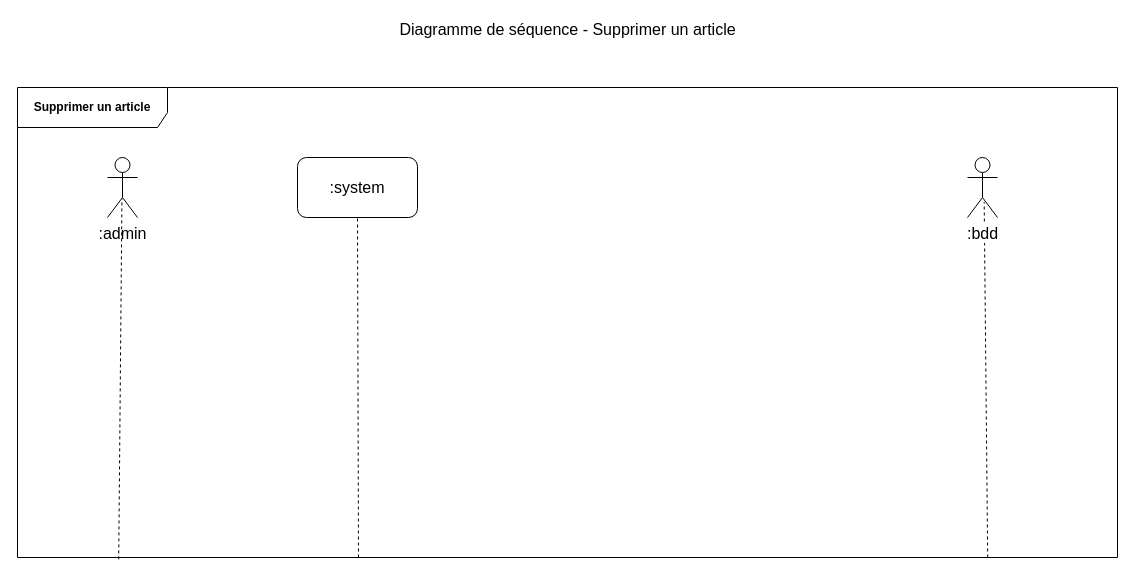
Before: uml-diagrams/drawio/diagram-sequence-remove-article.drawio in thomas-claireau/PHP---P6-Openclassrooms, a draw.io diagram. Source tidied: cells renumbered, new cells numbered last; positions are measured from the earlier drawing's top-left corner, leaving out a move shared by most shapes. Both pictures are drawn from the tidied source at 100%, with x=0, y=0 at pixel (17, 17).
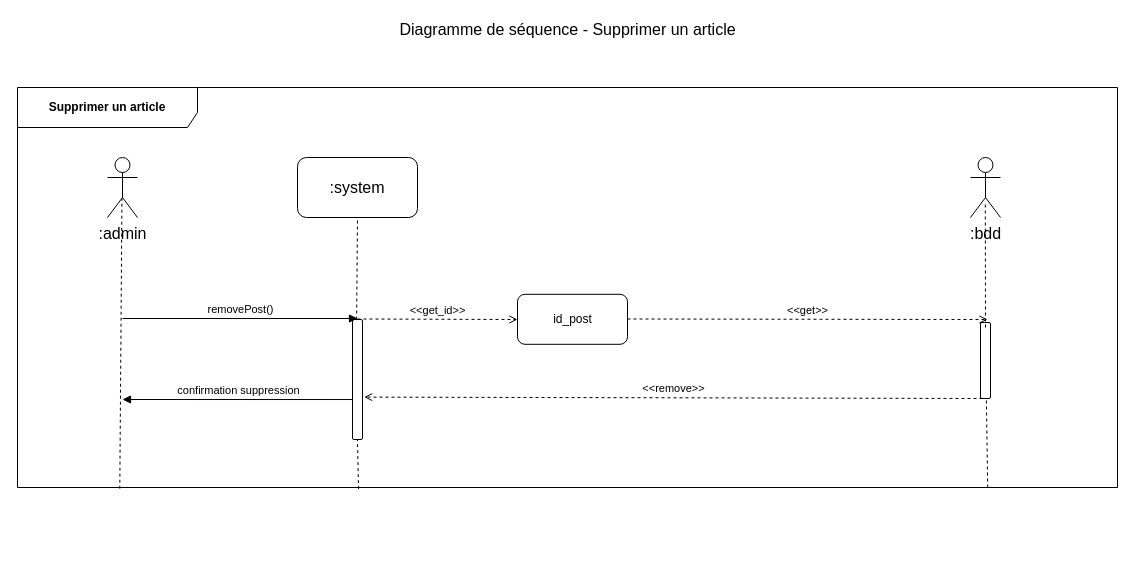
The same diagram, later.

Commit message (it also covers changes not shown here):
update sequence diagram

The change refers to these unchanged cells:
```xml
<mxCell id="4" value=":admin" style="shape=umlActor;verticalLabelPosition=bottom;labelBackgroundColor=#ffffff;verticalAlign=top;html=1;shadow=0;strokeColor=#000000;gradientColor=none;fontSize=16;align=center;" parent="1" vertex="1">
  <mxGeometry x="90" y="140" width="30" height="60" as="geometry" />
</mxCell>
<mxCell id="5" value=":system" style="rounded=1;whiteSpace=wrap;html=1;shadow=0;labelBackgroundColor=#ffffff;strokeColor=#000000;gradientColor=none;fontSize=16;align=center;" parent="1" vertex="1">
  <mxGeometry x="280" y="140" width="120" height="60" as="geometry" />
</mxCell>
```

Change to the diagram source:
```diff
@@
-    <mxCell id="2" value="Supprimer un article" style="shape=umlFrame;whiteSpace=wrap;html=1;width=150;height=40;fontStyle=1;labelBackgroundColor=#ffffff;labelBorderColor=none;gradientColor=none;swimlaneFillColor=none;shadow=0;strokeColor=#000000;" parent="1" vertex="1">
-      <mxGeometry y="70" width="1100" height="470" as="geometry" />
+    <mxCell id="2" value="Supprimer un article" style="shape=umlFrame;whiteSpace=wrap;html=1;width=180;height=40;fontStyle=1;labelBackgroundColor=#ffffff;labelBorderColor=none;gradientColor=none;swimlaneFillColor=none;shadow=0;strokeColor=#000000;" parent="1" vertex="1">
+      <mxGeometry y="70" width="1100" height="400" as="geometry" />
     </mxCell>
@@
-    <mxCell id="6" style="endArrow=none;dashed=1;html=1;fontSize=16;entryX=0.482;entryY=0.683;entryDx=0;entryDy=0;entryPerimeter=0;exitX=0.092;exitY=1.004;exitDx=0;exitDy=0;exitPerimeter=0;" parent="1" edge="1" source="2" target="4">
+    <mxCell id="6" style="endArrow=none;dashed=1;html=1;fontSize=16;entryX=0.482;entryY=0.683;entryDx=0;entryDy=0;entryPerimeter=0;exitX=0.093;exitY=1.003;exitDx=0;exitDy=0;exitPerimeter=0;" parent="1" edge="1" source="2" target="4">
       <mxGeometry relative="1" as="geometry" />
     </mxCell>
-    <mxCell id="7" style="endArrow=none;dashed=1;html=1;fontSize=16;entryX=0.5;entryY=1;entryDx=0;entryDy=0;exitX=0.31;exitY=1;exitDx=0;exitDy=0;exitPerimeter=0;" parent="1" edge="1" source="2" target="5">
-      <mxGeometry relative="1" as="geometry" />
-    </mxCell>
-    <mxCell id="8" style="endArrow=none;dashed=1;html=1;fontSize=16;entryX=0.556;entryY=0.739;entryDx=0;entryDy=0;entryPerimeter=0;exitX=0.882;exitY=1;exitDx=0;exitDy=0;exitPerimeter=0;" parent="1" edge="1" source="2" target="9">
-      <mxGeometry relative="1" as="geometry" />
-    </mxCell>
+    <mxCell id="10" style="endArrow=none;dashed=1;html=1;fontSize=16;entryX=0.5;entryY=1;entryDx=0;entryDy=0;exitX=0.31;exitY=1;exitDx=0;exitDy=0;exitPerimeter=0;" parent="1" edge="1" source="13" target="5">
+      <mxGeometry relative="1" as="geometry" />
+    </mxCell>
     <mxCell id="9" value=":bdd" style="shape=umlActor;verticalLabelPosition=bottom;labelBackgroundColor=#ffffff;verticalAlign=top;html=1;shadow=0;strokeColor=#000000;gradientColor=none;fontSize=16;align=center;" parent="1" vertex="1">
-      <mxGeometry x="950" y="140" width="30" height="60" as="geometry" />
+      <mxGeometry x="953" y="140" width="30" height="60" as="geometry" />
     </mxCell>
+    <mxCell id="11" value="id_post" style="html=1;gradientColor=none;rounded=1;" parent="1" vertex="1">
+      <mxGeometry x="500" y="276.8" width="110" height="50" as="geometry" />
+    </mxCell>
+    <mxCell id="12" value="&amp;lt;&amp;lt;get_id&amp;gt;&amp;gt;" style="html=1;verticalAlign=bottom;endArrow=open;fontSize=11;dashed=1;endFill=0;" parent="1" edge="1">
+      <mxGeometry relative="1" as="geometry">
+        <mxPoint x="340" y="301.5" as="sourcePoint" />
+        <mxPoint x="500" y="302" as="targetPoint" />
+      </mxGeometry>
+    </mxCell>
+    <mxCell id="13" style="html=1;points=[];perimeter=orthogonalPerimeter;rounded=1;gradientColor=none;" parent="1" vertex="1">
+      <mxGeometry x="335" y="302" width="10" height="120" as="geometry" />
+    </mxCell>
+    <mxCell id="14" style="endArrow=none;dashed=1;html=1;fontSize=16;entryX=0.5;entryY=1;entryDx=0;entryDy=0;exitX=0.31;exitY=1.004;exitDx=0;exitDy=0;exitPerimeter=0;" parent="1" edge="1" source="2" target="13">
+      <mxGeometry relative="1" as="geometry" />
+    </mxCell>
+    <mxCell id="15" value="removePost()" style="html=1;verticalAlign=bottom;endArrow=block;fontSize=11;" parent="1" edge="1">
+      <mxGeometry relative="1" as="geometry">
+        <mxPoint x="105" y="301" as="sourcePoint" />
+        <mxPoint x="340" y="301" as="targetPoint" />
+      </mxGeometry>
+    </mxCell>
+    <mxCell id="16" style="endArrow=none;dashed=1;html=1;fontSize=16;entryX=0.556;entryY=0.739;entryDx=0;entryDy=0;entryPerimeter=0;exitX=0.882;exitY=1;exitDx=0;exitDy=0;exitPerimeter=0;" parent="1" edge="1" source="2" target="17">
+      <mxGeometry relative="1" as="geometry" />
+    </mxCell>
+    <mxCell id="17" style="html=1;points=[];perimeter=orthogonalPerimeter;rounded=1;gradientColor=none;" parent="1" vertex="1">
+      <mxGeometry x="963" y="305" width="10" height="76" as="geometry" />
+    </mxCell>
+    <mxCell id="18" value="&amp;lt;&amp;lt;get&amp;gt;&amp;gt;" style="html=1;verticalAlign=bottom;endArrow=open;fontSize=11;dashed=1;endFill=0;" parent="1" edge="1">
+      <mxGeometry relative="1" as="geometry">
+        <mxPoint x="610" y="301.5" as="sourcePoint" />
+        <mxPoint x="970" y="302" as="targetPoint" />
+      </mxGeometry>
+    </mxCell>
+    <mxCell id="19" value="&amp;lt;&amp;lt;remove&amp;gt;&amp;gt;" style="html=1;verticalAlign=bottom;endArrow=open;fontSize=11;dashed=1;endFill=0;entryX=1.168;entryY=0.713;entryDx=0;entryDy=0;entryPerimeter=0;exitX=0.146;exitY=0.999;exitDx=0;exitDy=0;exitPerimeter=0;" parent="1" edge="1">
+      <mxGeometry relative="1" as="geometry">
+        <mxPoint x="965" y="381" as="sourcePoint" />
+        <mxPoint x="346.7" y="379.6" as="targetPoint" />
+      </mxGeometry>
+    </mxCell>
+    <mxCell id="20" value="confirmation suppression" style="html=1;verticalAlign=bottom;endArrow=block;fontSize=11;exitX=0.057;exitY=0.667;exitDx=0;exitDy=0;exitPerimeter=0;" parent="1" edge="1" source="13">
+      <mxGeometry relative="1" as="geometry">
+        <mxPoint x="105" y="382" as="targetPoint" />
+      </mxGeometry>
+    </mxCell>
+    <mxCell id="21" style="endArrow=none;dashed=1;html=1;fontSize=16;entryX=0.493;entryY=0.739;entryDx=0;entryDy=0;entryPerimeter=0;" parent="1" edge="1" target="9">
+      <mxGeometry relative="1" as="geometry">
+        <mxPoint x="968" y="310" as="sourcePoint" />
+      </mxGeometry>
+    </mxCell>
```
